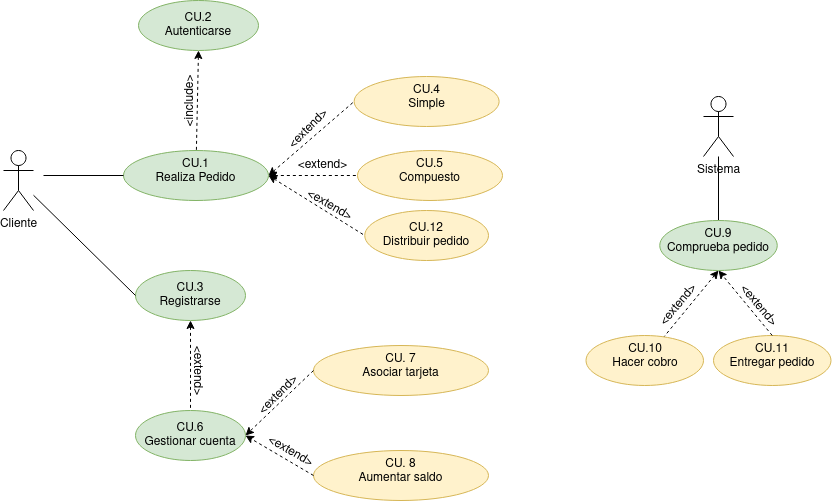
This is Tareas/casosUso/Tarea5-Tienda Virtual/TiendaVirtual.drawio.png from colidom/ets, a draw.io export, as it was before one commit. Source tidied: cells renumbered, new cells last; positions are measured from the earlier drawing's top-left corner, leaving out a move shared by most shapes.
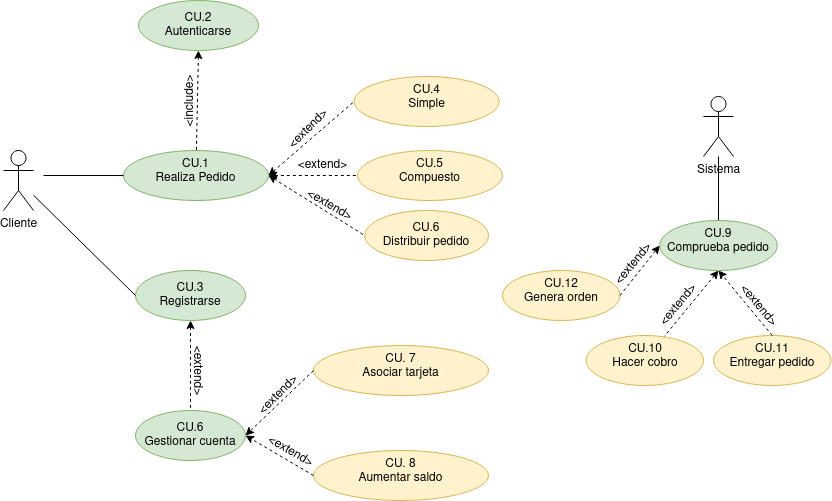
The same file after the commit.

What changed in the source:
```diff
@@ -96,8 +96,10 @@
     <mxCell id="31" value="CU.11&lt;br&gt;Entregar pedido" style="ellipse;whiteSpace=wrap;html=1;verticalAlign=top;fillColor=#fff2cc;strokeColor=#d6b656;" parent="1" vertex="1">
       <mxGeometry x="710" y="335" width="117.5" height="50" as="geometry" />
     </mxCell>
-    <mxCell id="32" style="endArrow=classic;html=1;rounded=0;entryX=0.5;entryY=1;entryDx=0;entryDy=0;exitX=0.5;exitY=0;exitDx=0;exitDy=0;dashed=1;" parent="1" edge="1" source="31" target="29">
-      <mxGeometry relative="1" as="geometry" />
+    <mxCell id="32" style="endArrow=classic;html=1;rounded=0;exitX=0.5;exitY=0;exitDx=0;exitDy=0;dashed=1;" parent="1" edge="1" source="31">
+      <mxGeometry relative="1" as="geometry">
+        <mxPoint x="715" y="270" as="targetPoint" />
+      </mxGeometry>
     </mxCell>
     <mxCell id="33" value="&amp;lt;extend&amp;gt;" style="text;html=1;align=center;verticalAlign=middle;strokeColor=none;fillColor=none;rotation=-50;" parent="1" vertex="1">
       <mxGeometry x="640" y="290" width="70" height="30" as="geometry" />
@@ -105,7 +107,7 @@
     <mxCell id="34" value="&amp;lt;extend&amp;gt;" style="text;html=1;align=center;verticalAlign=middle;strokeColor=none;fillColor=none;rotation=50;" parent="1" vertex="1">
       <mxGeometry x="720" y="290" width="70" height="30" as="geometry" />
     </mxCell>
-    <mxCell id="35" value="CU.12&lt;br&gt;Distribuir pedido" style="ellipse;whiteSpace=wrap;html=1;fillColor=#fff2cc;strokeColor=#d6b656;" parent="1" vertex="1">
+    <mxCell id="35" value="CU.6&lt;br&gt;Distribuir pedido" style="ellipse;whiteSpace=wrap;html=1;fillColor=#fff2cc;strokeColor=#d6b656;" parent="1" vertex="1">
       <mxGeometry x="361.2" y="210" width="123.8" height="50" as="geometry" />
     </mxCell>
     <mxCell id="36" value="&amp;lt;extend&amp;gt;" style="text;html=1;align=center;verticalAlign=middle;strokeColor=none;fillColor=none;rotation=30;" parent="1" vertex="1">
@@ -114,5 +116,14 @@
     <mxCell id="37" style="rounded=0;jettySize=auto;html=1;exitX=1;exitY=0.5;exitDx=0;exitDy=0;entryX=0;entryY=0.5;entryDx=0;entryDy=0;startArrow=classic;startFill=1;endArrow=none;endFill=0;dashed=1;" parent="1" edge="1" source="4" target="35">
       <mxGeometry relative="1" as="geometry" />
     </mxCell>
+    <mxCell id="38" value="CU.12&lt;br&gt;Genera orden" style="ellipse;whiteSpace=wrap;html=1;verticalAlign=top;fillColor=#fff2cc;strokeColor=#d6b656;" parent="1" vertex="1">
+      <mxGeometry x="499" y="270" width="117.5" height="50" as="geometry" />
+    </mxCell>
+    <mxCell id="39" value="&amp;lt;extend&amp;gt;" style="text;html=1;align=center;verticalAlign=middle;strokeColor=none;fillColor=none;rotation=-50;" parent="1" vertex="1">
+      <mxGeometry x="595" y="249" width="70" height="30" as="geometry" />
+    </mxCell>
+    <mxCell id="40" style="endArrow=classic;html=1;rounded=0;exitX=1;exitY=0.5;exitDx=0;exitDy=0;dashed=1;entryX=0;entryY=0.5;entryDx=0;entryDy=0;" parent="1" edge="1" source="38" target="29">
+      <mxGeometry relative="1" as="geometry" />
+    </mxCell>
   </root>
 </mxGraphModel>
```
